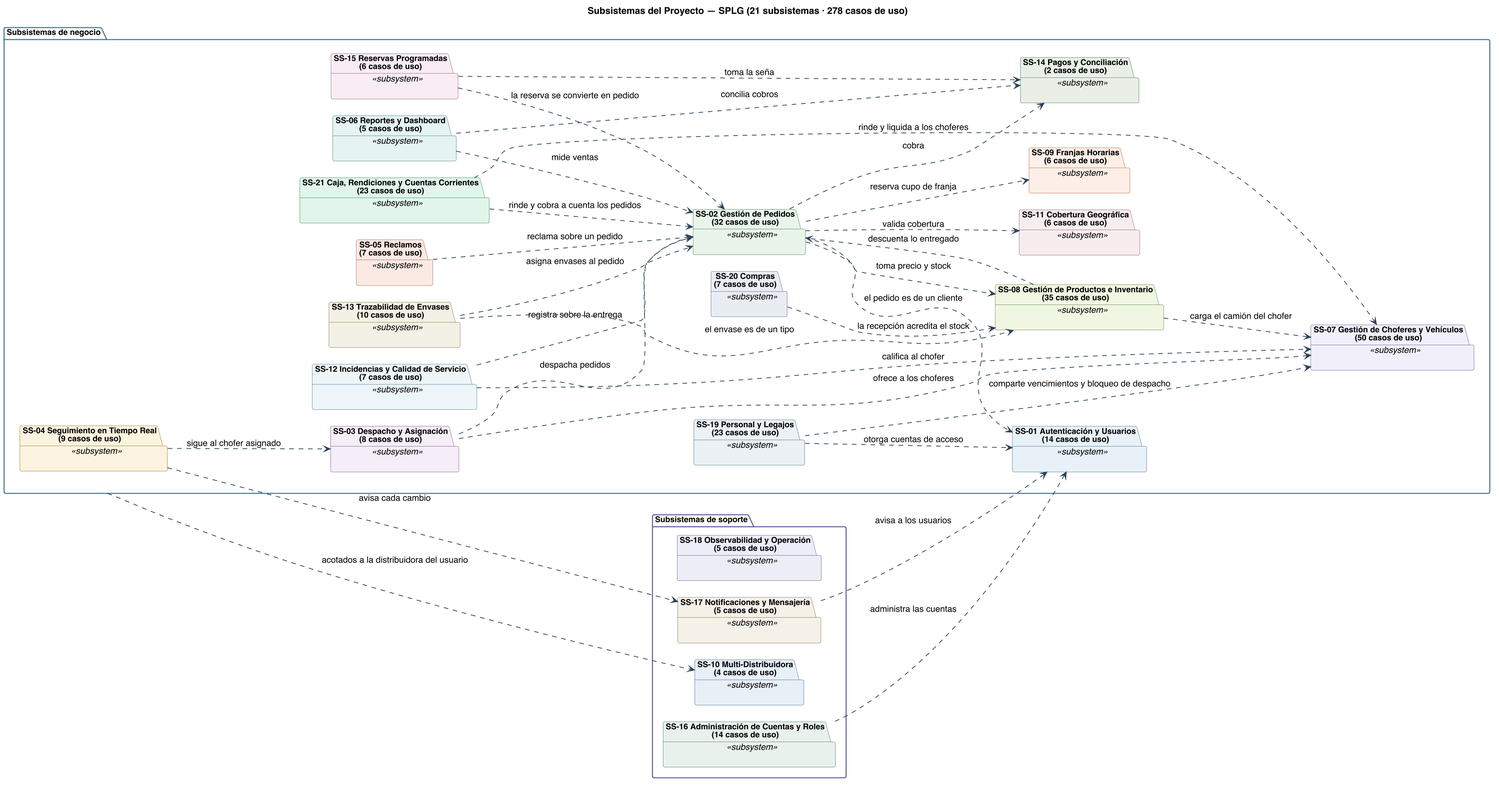
Above: diagramas/uml/CU_Sistema_Subsistemas.png in Nahuelito-Dev/splg-docs (PlantUML), before the change.
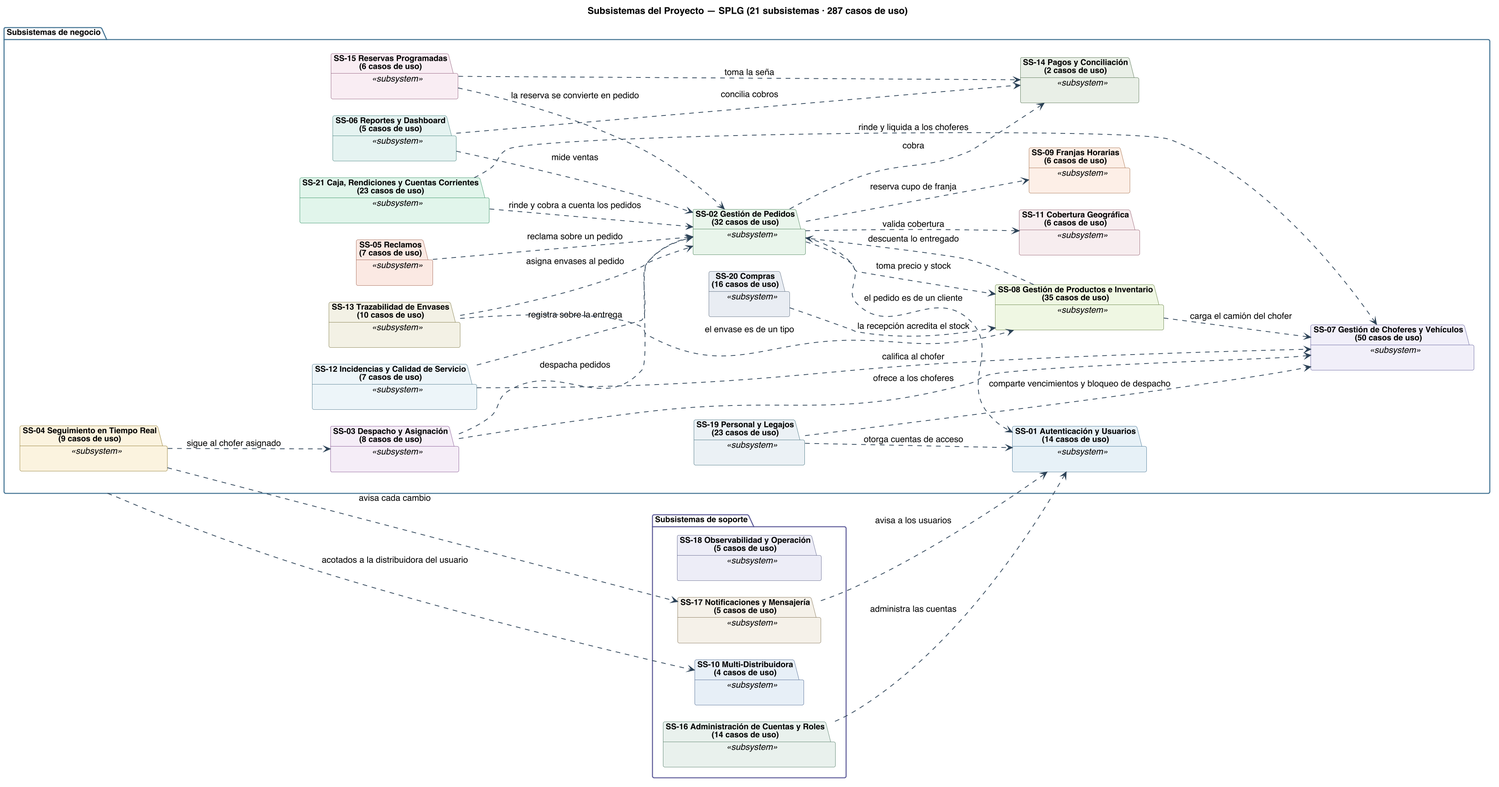
Later version of the same file.

What changed in the source:
```diff
@@ -1,5 +1,5 @@
 @startuml
-title Subsistemas del Proyecto — SPLG (21 subsistemas · 278 casos de uso)
+title Subsistemas del Proyecto — SPLG (21 subsistemas · 287 casos de uso)
 skinparam backgroundColor #FFFFFF
 skinparam shadowing false
 skinparam defaultFontName Helvetica
@@ -64,7 +64,7 @@
   }
   package "SS-19 Personal y Legajos\n(23 casos de uso)" as MSS19 <<subsystem>> #back:EAF1F4;line:3D6B7A {
   }
-  package "SS-20 Compras\n(7 casos de uso)" as MSS20 <<subsystem>> #back:E9EDF2;line:55657A {
+  package "SS-20 Compras\n(16 casos de uso)" as MSS20 <<subsystem>> #back:E9EDF2;line:55657A {
   }
   package "SS-21 Caja, Rendiciones y Cuentas Corrientes\n(23 casos de uso)" as MSS21 <<subsystem>> #back:E1F4EA;line:2A8A5C {
   }
```
